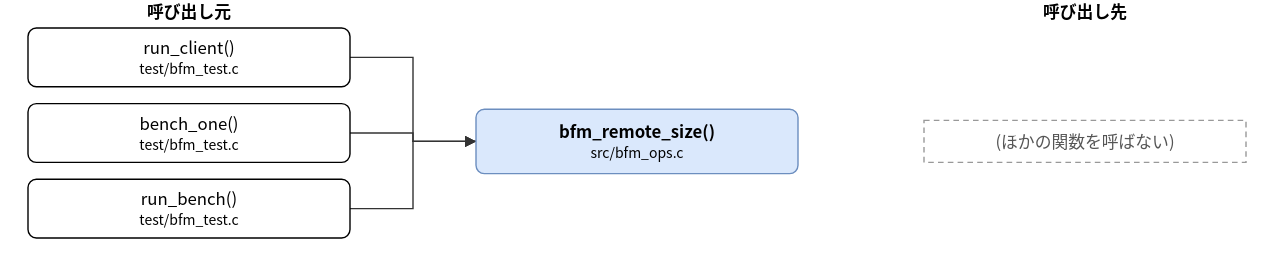
This is doc/spec/images/call_src_bfm_ops-bfm_remote_size.drawio.svg from hf355051012-ai/bfmem, a draw.io export, as it was before one commit. Source tidied: cells renumbered, new cells last; positions are measured from the earlier drawing's top-left corner, leaving out a move shared by most shapes.
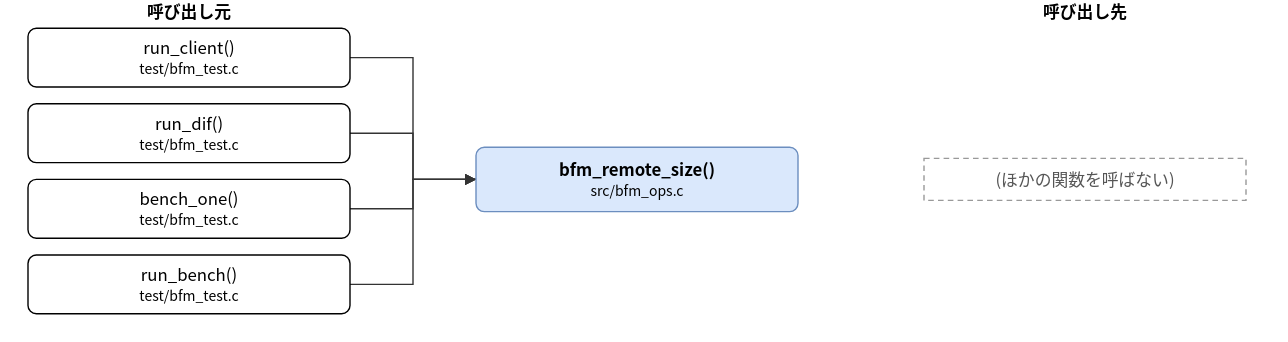
Later version of the same file.

Diff of the diagram source:
```diff
@@ -3,25 +3,28 @@
     <mxCell id="0" />
     <mxCell id="1" parent="0" />
     <mxCell id="2" value="bfm_remote_size()&lt;br&gt;&lt;font style=&quot;font-size:10px&quot;&gt;src/bfm_ops.c&lt;/font&gt;" style="rounded=1;whiteSpace=wrap;html=1;fillColor=#dae8fc;strokeColor=#6c8ebf;fontStyle=1;" parent="1" vertex="1">
-      <mxGeometry x="320" y="78" width="230" height="46" as="geometry" />
+      <mxGeometry x="320" y="105" width="230" height="46" as="geometry" />
     </mxCell>
     <mxCell id="3" value="run_client()&lt;br&gt;&lt;font style=&quot;font-size:10px&quot;&gt;test/bfm_test.c&lt;/font&gt;" style="rounded=1;whiteSpace=wrap;html=1;" parent="1" vertex="1">
       <mxGeometry y="20" width="230" height="42" as="geometry" />
     </mxCell>
-    <mxCell id="4" value="bench_one()&lt;br&gt;&lt;font style=&quot;font-size:10px&quot;&gt;test/bfm_test.c&lt;/font&gt;" style="rounded=1;whiteSpace=wrap;html=1;" parent="1" vertex="1">
+    <mxCell id="4" value="run_dif()&lt;br&gt;&lt;font style=&quot;font-size:10px&quot;&gt;test/bfm_test.c&lt;/font&gt;" style="rounded=1;whiteSpace=wrap;html=1;" parent="1" vertex="1">
       <mxGeometry y="74" width="230" height="42" as="geometry" />
     </mxCell>
-    <mxCell id="5" value="run_bench()&lt;br&gt;&lt;font style=&quot;font-size:10px&quot;&gt;test/bfm_test.c&lt;/font&gt;" style="rounded=1;whiteSpace=wrap;html=1;" parent="1" vertex="1">
+    <mxCell id="5" value="bench_one()&lt;br&gt;&lt;font style=&quot;font-size:10px&quot;&gt;test/bfm_test.c&lt;/font&gt;" style="rounded=1;whiteSpace=wrap;html=1;" parent="1" vertex="1">
       <mxGeometry y="128" width="230" height="42" as="geometry" />
     </mxCell>
+    <mxCell id="12" value="run_bench()&lt;br&gt;&lt;font style=&quot;font-size:10px&quot;&gt;test/bfm_test.c&lt;/font&gt;" style="rounded=1;whiteSpace=wrap;html=1;" parent="1" vertex="1">
+      <mxGeometry y="182" width="230" height="42" as="geometry" />
+    </mxCell>
     <mxCell id="6" value="(ほかの関数を呼ばない)" style="rounded=0;whiteSpace=wrap;html=1;dashed=1;strokeColor=#999999;fontColor=#555555;dashed=1;" parent="1" vertex="1">
-      <mxGeometry x="640" y="86" width="230" height="30" as="geometry" />
+      <mxGeometry x="640" y="113" width="230" height="30" as="geometry" />
     </mxCell>
     <mxCell id="7" style="edgeStyle=none;html=1;rounded=0;endArrow=block;endFill=1;exitX=1.0000;exitY=0.5000;exitDx=0;exitDy=0;exitPerimeter=0;entryX=0.0000;entryY=0.5000;entryDx=0;entryDy=0;entryPerimeter=0;" parent="1" edge="1" source="3" target="2">
       <mxGeometry relative="1" as="geometry">
         <Array as="points">
           <mxPoint x="275" y="41" />
-          <mxPoint x="275" y="101" />
+          <mxPoint x="275" y="128" />
         </Array>
       </mxGeometry>
     </mxCell>
@@ -29,7 +32,7 @@
       <mxGeometry relative="1" as="geometry">
         <Array as="points">
           <mxPoint x="275" y="95" />
-          <mxPoint x="275" y="101" />
+          <mxPoint x="275" y="128" />
         </Array>
       </mxGeometry>
     </mxCell>
@@ -37,10 +40,18 @@
       <mxGeometry relative="1" as="geometry">
         <Array as="points">
           <mxPoint x="275" y="149" />
-          <mxPoint x="275" y="101" />
+          <mxPoint x="275" y="128" />
         </Array>
       </mxGeometry>
     </mxCell>
+    <mxCell id="13" style="edgeStyle=none;html=1;rounded=0;endArrow=block;endFill=1;exitX=1.0000;exitY=0.5000;exitDx=0;exitDy=0;exitPerimeter=0;entryX=0.0000;entryY=0.5000;entryDx=0;entryDy=0;entryPerimeter=0;" parent="1" edge="1" source="12" target="2">
+      <mxGeometry relative="1" as="geometry">
+        <Array as="points">
+          <mxPoint x="275" y="203" />
+          <mxPoint x="275" y="128" />
+        </Array>
+      </mxGeometry>
+    </mxCell>
     <mxCell id="10" value="呼び出し元" style="text;html=1;align=center;fontStyle=1;" parent="1" vertex="1">
       <mxGeometry x="35" width="160" height="18" as="geometry" />
     </mxCell>
```
